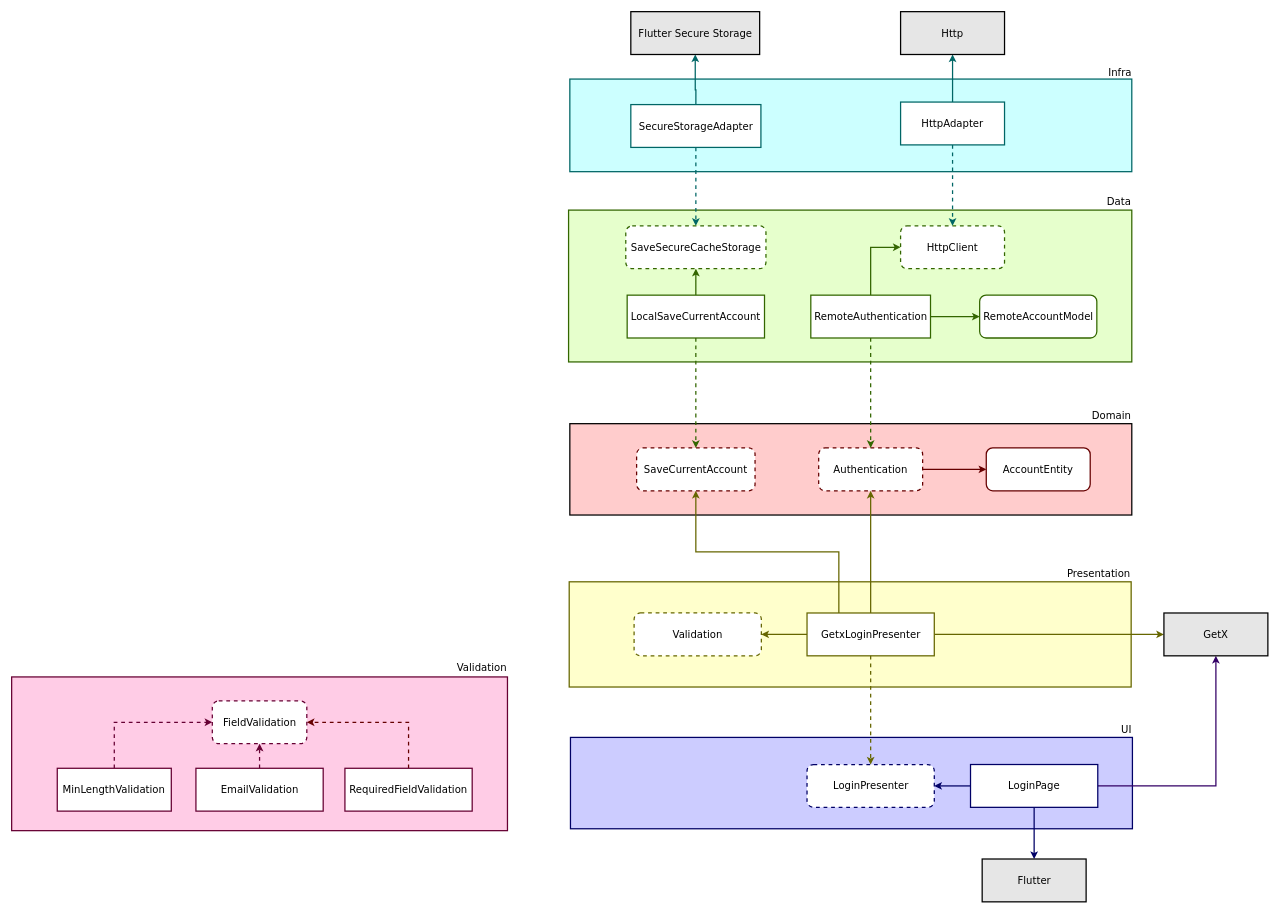
This is page "Login" (2 of 7) of diagrama.drawio from gaiveknopf/flutter_clean_code, a draw.io file, before an edit. Source tidied: cells renumbered, new cells numbered last; positions are measured from the earlier drawing's top-left corner, leaving out a move shared by most shapes. Both pictures are drawn from the tidied source at 63%, with x=0, y=0 at pixel (11, 11).
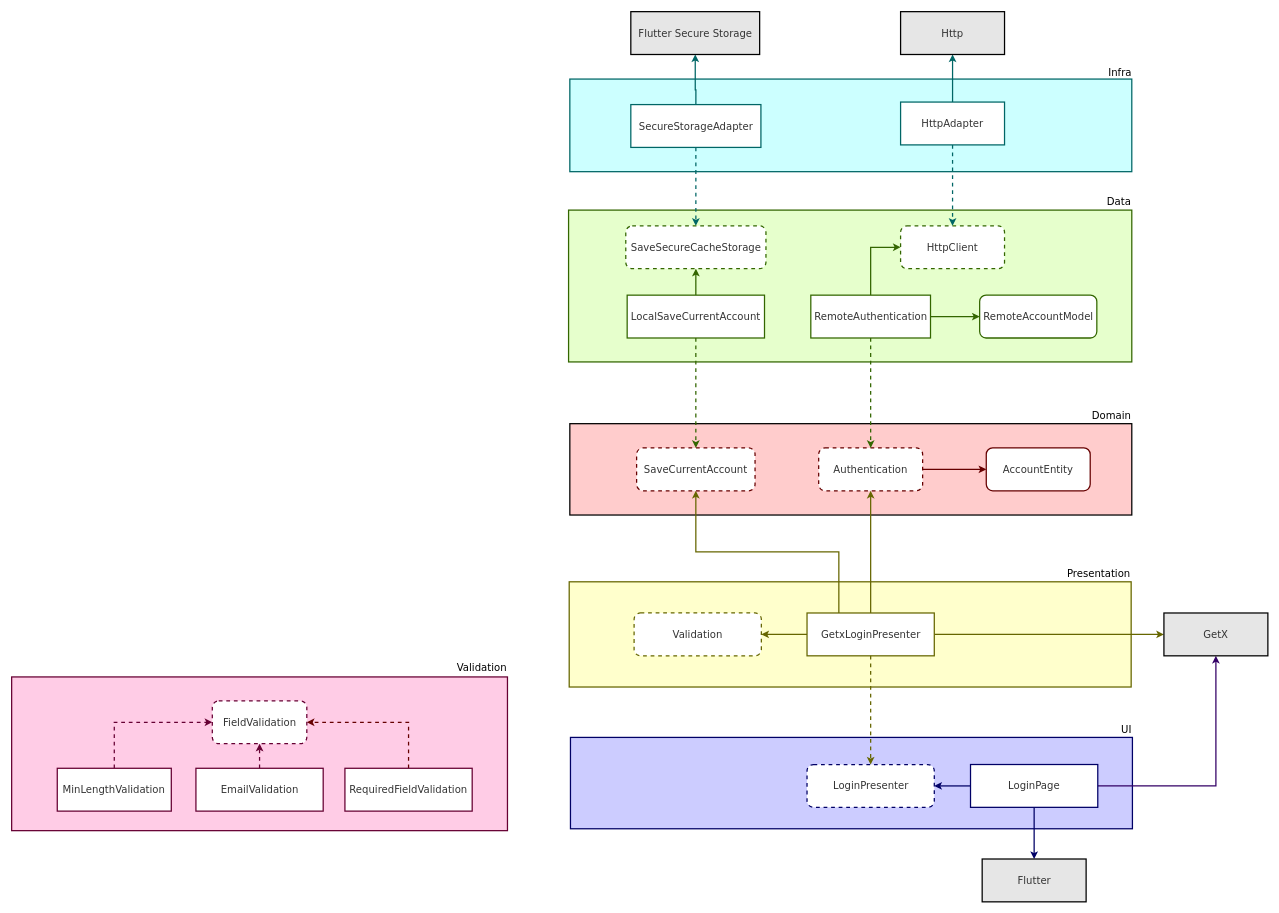
After the change.

Commit message (it also covers changes not shown here):
ensure RemoteAddAccount call HttpClient with correct values

Change to the diagram source:
```diff
@@
-    <mxCell id="4" value="Authentication" style="rounded=1;whiteSpace=wrap;html=1;shadow=0;strokeWidth=2;fillColor=#FFFFFF;fontFamily=Verdana;fontSize=16;align=center;dashed=1;strokeColor=#660000;sketch=0;" parent="1" vertex="1">
+    <mxCell id="4" value="Authentication" style="rounded=1;whiteSpace=wrap;html=1;shadow=0;strokeWidth=2;fillColor=#FFFFFF;fontFamily=Verdana;fontSize=16;align=center;dashed=1;strokeColor=#660000;sketch=0;fontColor=#333333;" parent="1" vertex="1">
       <mxGeometry x="1281" y="692.5" width="165" height="68" as="geometry" />
     </mxCell>
@@
-    <mxCell id="6" value="AccountEntity" style="rounded=1;whiteSpace=wrap;html=1;shadow=0;strokeWidth=2;fillColor=#FFFFFF;fontFamily=Verdana;fontSize=16;align=center;strokeColor=#660000;sketch=0;" parent="1" vertex="1">
+    <mxCell id="6" value="AccountEntity" style="rounded=1;whiteSpace=wrap;html=1;shadow=0;strokeWidth=2;fillColor=#FFFFFF;fontFamily=Verdana;fontSize=16;align=center;strokeColor=#660000;sketch=0;fontColor=#333333;" parent="1" vertex="1">
       <mxGeometry x="1547" y="692.5" width="165" height="68" as="geometry" />
     </mxCell>
@@
-    <mxCell id="11" value="RemoteAuthentication" style="rounded=0;whiteSpace=wrap;html=1;shadow=0;strokeWidth=2;fillColor=#FFFFFF;fontFamily=Verdana;fontSize=16;align=center;strokeColor=#336600;sketch=0;" parent="1" vertex="1">
+    <mxCell id="11" value="RemoteAuthentication" style="rounded=0;whiteSpace=wrap;html=1;shadow=0;strokeWidth=2;fillColor=#FFFFFF;fontFamily=Verdana;fontSize=16;align=center;strokeColor=#336600;sketch=0;fontColor=#333333;" parent="1" vertex="1">
       <mxGeometry x="1268.5" y="450" width="190" height="68" as="geometry" />
     </mxCell>
@@
-    <mxCell id="13" value="HttpClient" style="rounded=1;whiteSpace=wrap;html=1;shadow=0;strokeWidth=2;fillColor=#FFFFFF;fontFamily=Verdana;fontSize=16;align=center;dashed=1;strokeColor=#336600;sketch=0;" parent="1" vertex="1">
+    <mxCell id="13" value="HttpClient" style="rounded=1;whiteSpace=wrap;html=1;shadow=0;strokeWidth=2;fillColor=#FFFFFF;fontFamily=Verdana;fontSize=16;align=center;dashed=1;strokeColor=#336600;sketch=0;fontColor=#333333;" parent="1" vertex="1">
       <mxGeometry x="1411" y="340" width="165" height="68" as="geometry" />
     </mxCell>
-    <mxCell id="14" value="RemoteAccountModel" style="rounded=1;whiteSpace=wrap;html=1;shadow=0;strokeWidth=2;fillColor=#FFFFFF;fontFamily=Verdana;fontSize=16;align=center;strokeColor=#336600;sketch=0;" parent="1" vertex="1">
+    <mxCell id="14" value="RemoteAccountModel" style="rounded=1;whiteSpace=wrap;html=1;shadow=0;strokeWidth=2;fillColor=#FFFFFF;fontFamily=Verdana;fontSize=16;align=center;strokeColor=#336600;sketch=0;fontColor=#333333;" parent="1" vertex="1">
       <mxGeometry x="1536.5" y="450" width="186" height="68" as="geometry" />
     </mxCell>
@@
-    <mxCell id="19" value="HttpAdapter" style="rounded=0;whiteSpace=wrap;html=1;shadow=0;strokeWidth=2;fillColor=#FFFFFF;fontFamily=Verdana;fontSize=16;align=center;strokeColor=#006666;sketch=0;" parent="1" vertex="1">
+    <mxCell id="19" value="HttpAdapter" style="rounded=0;whiteSpace=wrap;html=1;shadow=0;strokeWidth=2;fillColor=#FFFFFF;fontFamily=Verdana;fontSize=16;align=center;strokeColor=#006666;sketch=0;fontColor=#333333;" parent="1" vertex="1">
       <mxGeometry x="1411" y="143.5" width="165" height="68" as="geometry" />
     </mxCell>
-    <mxCell id="20" value="Http" style="rounded=0;whiteSpace=wrap;html=1;shadow=0;strokeWidth=2;fontFamily=Verdana;fontSize=16;align=center;fillColor=#E6E6E6;sketch=0;" parent="1" vertex="1">
+    <mxCell id="20" value="Http" style="rounded=0;whiteSpace=wrap;html=1;shadow=0;strokeWidth=2;fontFamily=Verdana;fontSize=16;align=center;fillColor=#E6E6E6;sketch=0;fontColor=#333333;" parent="1" vertex="1">
       <mxGeometry x="1411" width="165" height="68" as="geometry" />
     </mxCell>
@@
-    <mxCell id="27" value="GetxLoginPresenter" style="rounded=0;whiteSpace=wrap;html=1;shadow=0;strokeWidth=2;fillColor=#FFFFFF;fontFamily=Verdana;fontSize=16;align=center;strokeColor=#666600;sketch=0;" parent="1" vertex="1">
+    <mxCell id="27" value="GetxLoginPresenter" style="rounded=0;whiteSpace=wrap;html=1;shadow=0;strokeWidth=2;fillColor=#FFFFFF;fontFamily=Verdana;fontSize=16;align=center;strokeColor=#666600;sketch=0;fontColor=#333333;" parent="1" vertex="1">
       <mxGeometry x="1262.5" y="954.5" width="202" height="68" as="geometry" />
     </mxCell>
@@
-    <mxCell id="31" value="EmailValidation" style="rounded=0;whiteSpace=wrap;html=1;shadow=0;strokeWidth=2;fillColor=#FFFFFF;fontFamily=Verdana;fontSize=16;align=center;strokeColor=#660033;sketch=0;" parent="1" vertex="1">
+    <mxCell id="31" value="EmailValidation" style="rounded=0;whiteSpace=wrap;html=1;shadow=0;strokeWidth=2;fillColor=#FFFFFF;fontFamily=Verdana;fontSize=16;align=center;strokeColor=#660033;sketch=0;fontColor=#333333;" parent="1" vertex="1">
       <mxGeometry x="292.5" y="1201" width="202" height="68" as="geometry" />
     </mxCell>
-    <mxCell id="32" value="Validation" style="rounded=1;whiteSpace=wrap;html=1;shadow=0;strokeWidth=2;fillColor=#FFFFFF;fontFamily=Verdana;fontSize=16;align=center;strokeColor=#666600;dashed=1;sketch=0;" parent="1" vertex="1">
+    <mxCell id="32" value="Validation" style="rounded=1;whiteSpace=wrap;html=1;shadow=0;strokeWidth=2;fillColor=#FFFFFF;fontFamily=Verdana;fontSize=16;align=center;strokeColor=#666600;dashed=1;sketch=0;fontColor=#333333;" parent="1" vertex="1">
       <mxGeometry x="988" y="954.5" width="202" height="68" as="geometry" />
     </mxCell>
@@
-    <mxCell id="38" value="LoginPage" style="rounded=0;whiteSpace=wrap;html=1;shadow=0;strokeWidth=2;fillColor=#FFFFFF;fontFamily=Verdana;fontSize=16;align=center;strokeColor=#000066;sketch=0;" parent="1" vertex="1">
+    <mxCell id="38" value="LoginPage" style="rounded=0;whiteSpace=wrap;html=1;shadow=0;strokeWidth=2;fillColor=#FFFFFF;fontFamily=Verdana;fontSize=16;align=center;strokeColor=#000066;sketch=0;fontColor=#333333;" parent="1" vertex="1">
       <mxGeometry x="1522" y="1195" width="202" height="68" as="geometry" />
     </mxCell>
-    <mxCell id="39" value="Flutter" style="rounded=0;whiteSpace=wrap;html=1;shadow=0;strokeWidth=2;fontFamily=Verdana;fontSize=16;align=center;fillColor=#E6E6E6;sketch=0;" parent="1" vertex="1">
+    <mxCell id="39" value="Flutter" style="rounded=0;whiteSpace=wrap;html=1;shadow=0;strokeWidth=2;fontFamily=Verdana;fontSize=16;align=center;fillColor=#E6E6E6;sketch=0;fontColor=#333333;" parent="1" vertex="1">
       <mxGeometry x="1540.5" y="1345" width="165" height="68" as="geometry" />
     </mxCell>
@@
-    <mxCell id="41" value="RequiredFieldValidation" style="rounded=0;whiteSpace=wrap;html=1;shadow=0;strokeWidth=2;fillColor=#FFFFFF;fontFamily=Verdana;fontSize=16;align=center;strokeColor=#660033;sketch=0;" parent="1" vertex="1">
+    <mxCell id="41" value="RequiredFieldValidation" style="rounded=0;whiteSpace=wrap;html=1;shadow=0;strokeWidth=2;fillColor=#FFFFFF;fontFamily=Verdana;fontSize=16;align=center;strokeColor=#660033;sketch=0;fontColor=#333333;" parent="1" vertex="1">
       <mxGeometry x="529" y="1201" width="202" height="68" as="geometry" />
     </mxCell>
-    <mxCell id="42" value="LoginPresenter" style="rounded=1;whiteSpace=wrap;html=1;shadow=0;strokeWidth=2;fillColor=#FFFFFF;fontFamily=Verdana;fontSize=16;align=center;strokeColor=#000066;dashed=1;sketch=0;" parent="1" vertex="1">
+    <mxCell id="42" value="LoginPresenter" style="rounded=1;whiteSpace=wrap;html=1;shadow=0;strokeWidth=2;fillColor=#FFFFFF;fontFamily=Verdana;fontSize=16;align=center;strokeColor=#000066;dashed=1;sketch=0;fontColor=#333333;" parent="1" vertex="1">
       <mxGeometry x="1262.5" y="1195" width="202" height="68" as="geometry" />
     </mxCell>
@@
-    <mxCell id="44" value="FieldValidation" style="rounded=1;whiteSpace=wrap;html=1;shadow=0;strokeWidth=2;fillColor=#FFFFFF;fontFamily=Verdana;fontSize=16;align=center;strokeColor=#660033;dashed=1;sketch=0;" parent="1" vertex="1">
+    <mxCell id="44" value="FieldValidation" style="rounded=1;whiteSpace=wrap;html=1;shadow=0;strokeWidth=2;fillColor=#FFFFFF;fontFamily=Verdana;fontSize=16;align=center;strokeColor=#660033;dashed=1;sketch=0;fontColor=#333333;" parent="1" vertex="1">
       <mxGeometry x="318.5" y="1094" width="150" height="68" as="geometry" />
     </mxCell>
-    <mxCell id="45" value="SaveCurrentAccount" style="rounded=1;whiteSpace=wrap;html=1;shadow=0;strokeWidth=2;fillColor=#FFFFFF;fontFamily=Verdana;fontSize=16;align=center;dashed=1;strokeColor=#660000;sketch=0;" parent="1" vertex="1">
+    <mxCell id="45" value="SaveCurrentAccount" style="rounded=1;whiteSpace=wrap;html=1;shadow=0;strokeWidth=2;fillColor=#FFFFFF;fontFamily=Verdana;fontSize=16;align=center;dashed=1;strokeColor=#660000;sketch=0;fontColor=#333333;" parent="1" vertex="1">
       <mxGeometry x="992" y="692.5" width="188" height="68" as="geometry" />
     </mxCell>
@@
-    <mxCell id="48" value="LocalSaveCurrentAccount" style="rounded=0;whiteSpace=wrap;html=1;shadow=0;strokeWidth=2;fillColor=#FFFFFF;fontFamily=Verdana;fontSize=16;align=center;strokeColor=#336600;sketch=0;" parent="1" vertex="1">
+    <mxCell id="48" value="LocalSaveCurrentAccount" style="rounded=0;whiteSpace=wrap;html=1;shadow=0;strokeWidth=2;fillColor=#FFFFFF;fontFamily=Verdana;fontSize=16;align=center;strokeColor=#336600;sketch=0;fontColor=#333333;" parent="1" vertex="1">
       <mxGeometry x="977" y="450" width="218" height="68" as="geometry" />
     </mxCell>
@@
-    <mxCell id="51" value="SecureStorageAdapter" style="rounded=0;whiteSpace=wrap;html=1;shadow=0;strokeWidth=2;fillColor=#FFFFFF;fontFamily=Verdana;fontSize=16;align=center;strokeColor=#006666;sketch=0;" parent="1" vertex="1">
+    <mxCell id="51" value="SecureStorageAdapter" style="rounded=0;whiteSpace=wrap;html=1;shadow=0;strokeWidth=2;fillColor=#FFFFFF;fontFamily=Verdana;fontSize=16;align=center;strokeColor=#006666;sketch=0;fontColor=#333333;" parent="1" vertex="1">
       <mxGeometry x="982.8" y="147.5" width="206.5" height="68" as="geometry" />
     </mxCell>
-    <mxCell id="52" value="Flutter Secure Storage" style="rounded=0;whiteSpace=wrap;html=1;shadow=0;strokeWidth=2;fontFamily=Verdana;fontSize=16;align=center;fillColor=#E6E6E6;sketch=0;" parent="1" vertex="1">
+    <mxCell id="52" value="Flutter Secure Storage" style="rounded=0;whiteSpace=wrap;html=1;shadow=0;strokeWidth=2;fontFamily=Verdana;fontSize=16;align=center;fillColor=#E6E6E6;sketch=0;fontColor=#333333;" parent="1" vertex="1">
       <mxGeometry x="982.8" width="204.5" height="68" as="geometry" />
     </mxCell>
-    <mxCell id="53" value="SaveSecureCacheStorage" style="rounded=1;whiteSpace=wrap;html=1;shadow=0;strokeWidth=2;fillColor=#FFFFFF;fontFamily=Verdana;fontSize=16;align=center;dashed=1;strokeColor=#336600;sketch=0;" parent="1" vertex="1">
+    <mxCell id="53" value="SaveSecureCacheStorage" style="rounded=1;whiteSpace=wrap;html=1;shadow=0;strokeWidth=2;fillColor=#FFFFFF;fontFamily=Verdana;fontSize=16;align=center;dashed=1;strokeColor=#336600;sketch=0;fontColor=#333333;" parent="1" vertex="1">
       <mxGeometry x="974.8" y="340" width="222.5" height="68" as="geometry" />
     </mxCell>
-    <mxCell id="54" value="GetX" style="rounded=0;whiteSpace=wrap;html=1;shadow=0;strokeWidth=2;fontFamily=Verdana;fontSize=16;align=center;fillColor=#E6E6E6;sketch=0;" parent="1" vertex="1">
+    <mxCell id="54" value="GetX" style="rounded=0;whiteSpace=wrap;html=1;shadow=0;strokeWidth=2;fontFamily=Verdana;fontSize=16;align=center;fillColor=#E6E6E6;sketch=0;fontColor=#333333;" parent="1" vertex="1">
       <mxGeometry x="1829" y="954.5" width="165" height="68" as="geometry" />
     </mxCell>
@@
-    <mxCell id="56" value="MinLengthValidation" style="rounded=0;whiteSpace=wrap;html=1;shadow=0;strokeWidth=2;fillColor=#FFFFFF;fontFamily=Verdana;fontSize=16;align=center;strokeColor=#660033;sketch=0;" parent="1" vertex="1">
+    <mxCell id="56" value="MinLengthValidation" style="rounded=0;whiteSpace=wrap;html=1;shadow=0;strokeWidth=2;fillColor=#FFFFFF;fontFamily=Verdana;fontSize=16;align=center;strokeColor=#660033;sketch=0;fontColor=#333333;" parent="1" vertex="1">
       <mxGeometry x="72.4" y="1201" width="181" height="68" as="geometry" />
     </mxCell>
```
